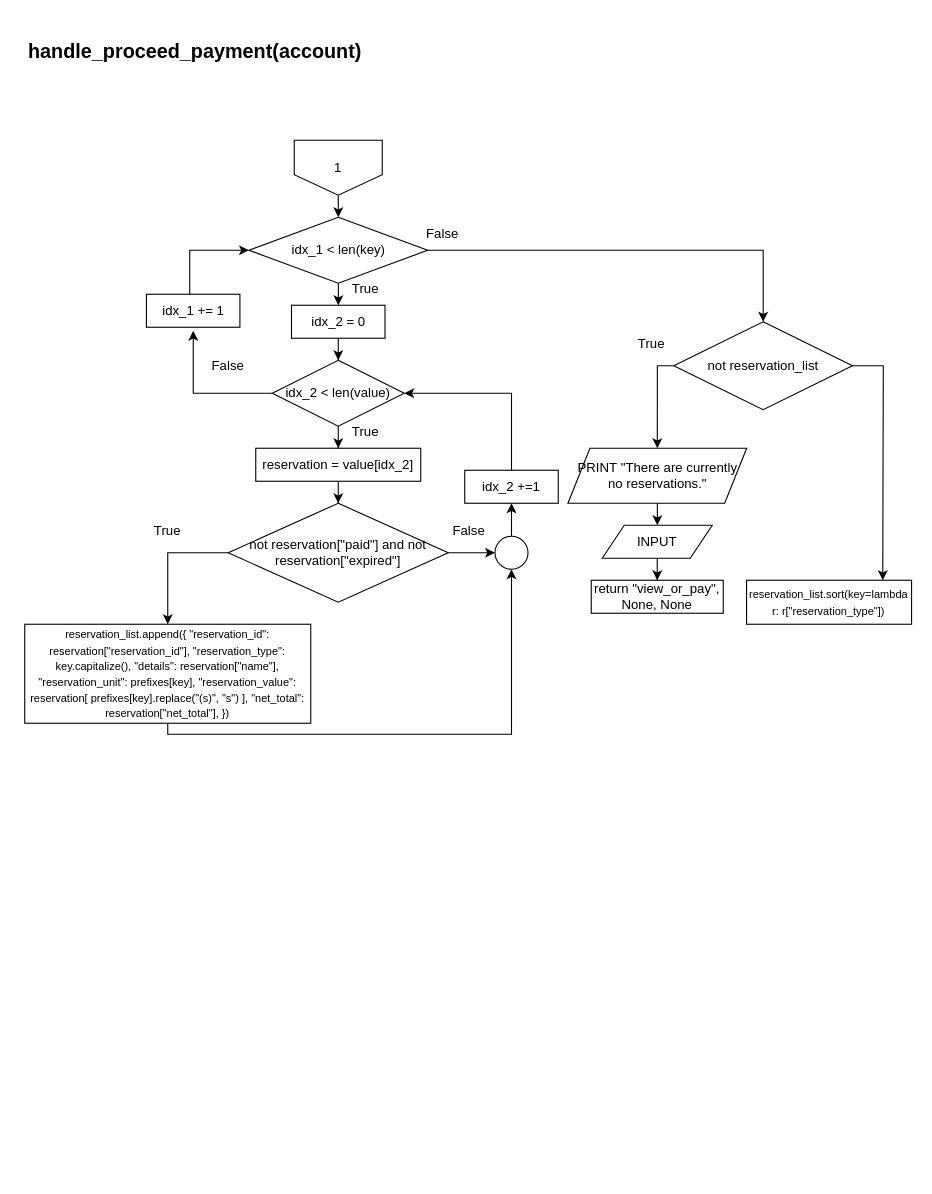
Above: page "handle_proceed_payment(account) - Loop" (7 of 24) of flowcharts/payment.drawio in zyyappp/travel-reservation-system (draw.io), before the change. Source tidied: cells renumbered, new cells numbered last; positions are measured from the earlier drawing's top-left corner, leaving out a move shared by most shapes. Both pictures are drawn from the tidied source at 110%, with x=0, y=0 at pixel (24, 30).
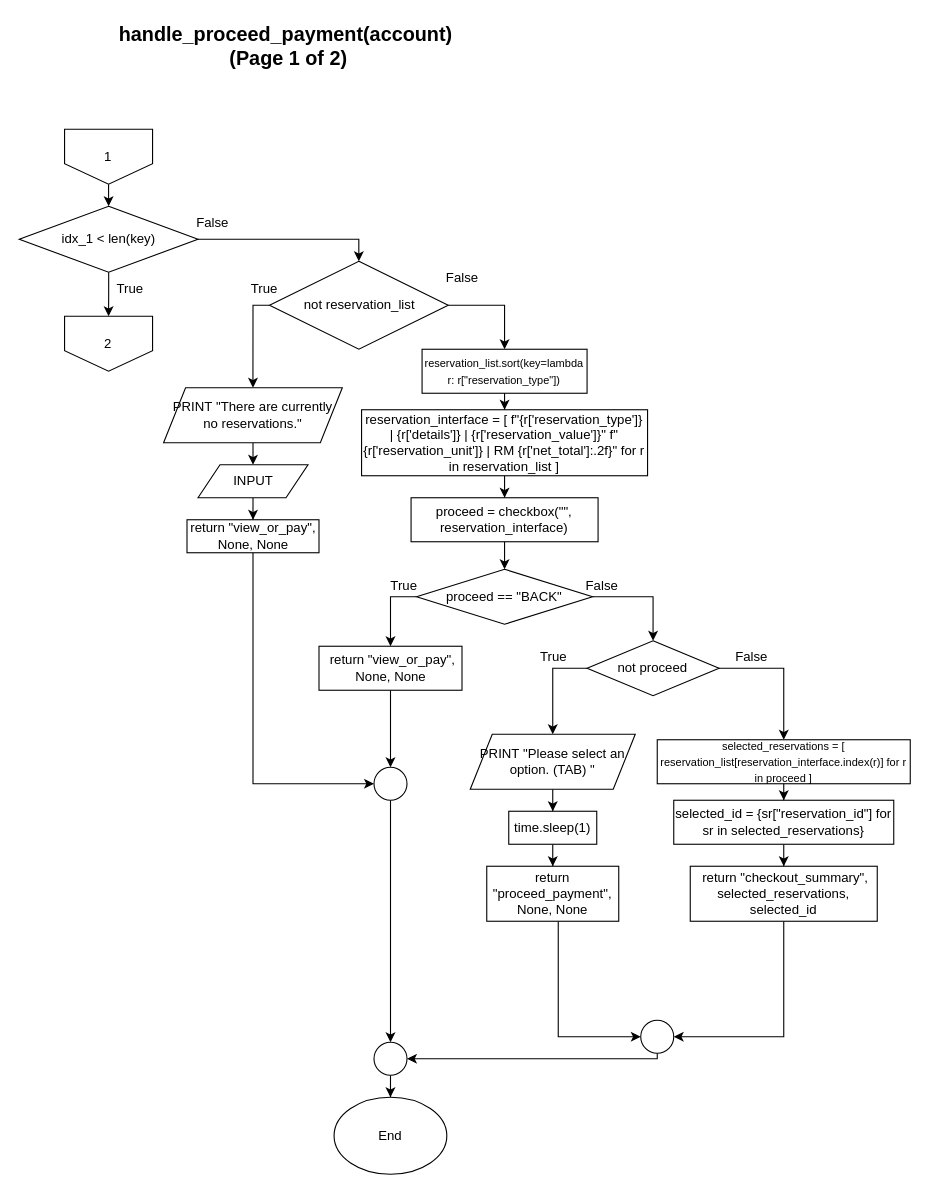
The same page after the edit.

Commit message (it also covers changes not shown here):
payment flowchart done, reservations flowchart

Diff of the diagram source:
```diff
@@
-    <mxCell id="2" value="&lt;span style=&quot;font-size: 18px;&quot;&gt;&lt;b&gt;handle_proceed_payment(account)&lt;/b&gt;&lt;/span&gt;" style="text;html=1;whiteSpace=wrap;strokeColor=none;fillColor=none;align=center;verticalAlign=middle;rounded=0;" parent="1" vertex="1">
-      <mxGeometry x="55" width="200" height="40" as="geometry" />
+    <mxCell id="2" value="&lt;span style=&quot;font-size: 18px;&quot;&gt;&lt;b&gt;handle_proceed_payment(account)&amp;nbsp;&lt;/b&gt;&lt;/span&gt;&lt;div&gt;&lt;span style=&quot;font-size: 18px;&quot;&gt;&lt;b&gt;(Page 1 of 2)&lt;/b&gt;&lt;/span&gt;&lt;/div&gt;" style="text;html=1;whiteSpace=wrap;strokeColor=none;fillColor=none;align=center;verticalAlign=middle;rounded=0;" parent="1" vertex="1">
+      <mxGeometry x="15" y="-10" width="450" height="50" as="geometry" />
     </mxCell>
-    <mxCell id="3" style="edgeStyle=orthogonalEdgeStyle;rounded=0;jettySize=auto;html=1;entryX=0.5;entryY=0;entryDx=0;entryDy=0;" parent="1" edge="1" source="5" target="7">
-      <mxGeometry relative="1" as="geometry" />
-    </mxCell>
     <mxCell id="4" style="edgeStyle=orthogonalEdgeStyle;rounded=0;jettySize=auto;html=1;" parent="1" edge="1" source="5" target="30">
-      <mxGeometry relative="1" as="geometry" />
+      <mxGeometry relative="1" as="geometry">
+        <Array as="points">
+          <mxPoint x="303.7" y="190" />
+        </Array>
+      </mxGeometry>
     </mxCell>
+    <mxCell id="42" style="edgeStyle=orthogonalEdgeStyle;rounded=0;jettySize=auto;html=1;" parent="1" edge="1" source="5" target="47">
+      <mxGeometry relative="1" as="geometry" />
+    </mxCell>
     <mxCell id="5" value="idx_1 &amp;lt; len(key)" style="rhombus;whiteSpace=wrap;html=1;shapeInside=1;" parent="1" vertex="1">
-      <mxGeometry x="203.8" y="170" width="162.5" height="60" as="geometry" />
+      <mxGeometry x="-5" y="160" width="162.5" height="60" as="geometry" />
     </mxCell>
-    <mxCell id="6" style="edgeStyle=orthogonalEdgeStyle;rounded=0;jettySize=auto;html=1;entryX=0.5;entryY=0;entryDx=0;entryDy=0;" parent="1" edge="1" source="7" target="9">
-      <mxGeometry relative="1" as="geometry" />
-    </mxCell>
-    <mxCell id="7" value="idx_2 = 0" style="whiteSpace=wrap;html=1;" parent="1" vertex="1">
-      <mxGeometry x="242.5" y="250" width="85" height="30" as="geometry" />
-    </mxCell>
-    <mxCell id="8" style="edgeStyle=orthogonalEdgeStyle;rounded=0;jettySize=auto;html=1;entryX=0.5;entryY=0;entryDx=0;entryDy=0;" parent="1" edge="1" source="9" target="12">
-      <mxGeometry relative="1" as="geometry" />
-    </mxCell>
-    <mxCell id="9" value="&lt;div&gt;idx_2 &amp;lt; len(value)&lt;/div&gt;" style="rhombus;whiteSpace=wrap;html=1;shapeInside=1;" parent="1" vertex="1">
-      <mxGeometry x="225" y="300" width="120" height="60" as="geometry" />
-    </mxCell>
     <mxCell id="10" style="edgeStyle=orthogonalEdgeStyle;rounded=0;jettySize=auto;html=1;entryX=0.5;entryY=0;entryDx=0;entryDy=0;" parent="1" edge="1" target="5">
       <mxGeometry relative="1" as="geometry">
-        <mxPoint x="285" y="150" as="sourcePoint" />
+        <mxPoint x="76.2" y="140" as="sourcePoint" />
       </mxGeometry>
     </mxCell>
-    <mxCell id="11" style="edgeStyle=orthogonalEdgeStyle;rounded=0;jettySize=auto;html=1;entryX=0.5;entryY=0;entryDx=0;entryDy=0;" parent="1" edge="1" source="12" target="15">
-      <mxGeometry relative="1" as="geometry" />
-    </mxCell>
-    <mxCell id="12" value="reservation = value[idx_2]" style="rounded=0;whiteSpace=wrap;html=1;" parent="1" vertex="1">
-      <mxGeometry x="210" y="380" width="150" height="30" as="geometry" />
-    </mxCell>
-    <mxCell id="13" style="edgeStyle=orthogonalEdgeStyle;rounded=0;jettySize=auto;html=1;entryX=0.5;entryY=0;entryDx=0;entryDy=0;" parent="1" edge="1" source="15" target="17">
-      <mxGeometry relative="1" as="geometry">
-        <Array as="points">
-          <mxPoint x="130" y="475" />
-        </Array>
-      </mxGeometry>
-    </mxCell>
-    <mxCell id="14" style="edgeStyle=orthogonalEdgeStyle;rounded=0;jettySize=auto;html=1;entryX=0;entryY=0.5;entryDx=0;entryDy=0;" parent="1" edge="1" source="15" target="40">
-      <mxGeometry relative="1" as="geometry" />
-    </mxCell>
-    <mxCell id="15" value="not reservation[&quot;paid&quot;] and not reservation[&quot;expired&quot;]" style="rhombus;whiteSpace=wrap;html=1;shapeInside=1;" parent="1" vertex="1">
-      <mxGeometry x="185" y="430" width="200" height="90" as="geometry" />
-    </mxCell>
-    <mxCell id="16" style="edgeStyle=orthogonalEdgeStyle;rounded=0;jettySize=auto;html=1;entryX=0.5;entryY=1;entryDx=0;entryDy=0;" parent="1" edge="1" source="17" target="40">
-      <mxGeometry relative="1" as="geometry">
-        <Array as="points">
-          <mxPoint x="130" y="640" />
-          <mxPoint x="442.5" y="640" />
-        </Array>
-      </mxGeometry>
-    </mxCell>
-    <mxCell id="17" value="&lt;font style=&quot;font-size: 10px;&quot;&gt;reservation_list.append({ &quot;reservation_id&quot;: reservation[&quot;reservation_id&quot;], &quot;reservation_type&quot;: key.capitalize(), &quot;details&quot;: reservation[&quot;name&quot;], &quot;reservation_unit&quot;: prefixes[key], &quot;reservation_value&quot;: reservation[ prefixes[key].replace(&quot;(s)&quot;, &quot;s&quot;) ], &quot;net_total&quot;: reservation[&quot;net_total&quot;], })&lt;/font&gt;" style="whiteSpace=wrap;html=1;" parent="1" vertex="1">
-      <mxGeometry y="540" width="260" height="90" as="geometry" />
-    </mxCell>
-    <mxCell id="18" value="True" style="text;html=1;whiteSpace=wrap;strokeColor=none;fillColor=none;align=center;verticalAlign=middle;rounded=0;" parent="1" vertex="1">
-      <mxGeometry x="100" y="440" width="60" height="30" as="geometry" />
-    </mxCell>
-    <mxCell id="19" style="edgeStyle=orthogonalEdgeStyle;rounded=0;jettySize=auto;html=1;entryX=1;entryY=0.5;entryDx=0;entryDy=0;" parent="1" edge="1" source="20" target="9">
-      <mxGeometry relative="1" as="geometry">
-        <Array as="points">
-          <mxPoint x="442.5" y="330" />
-        </Array>
-      </mxGeometry>
-    </mxCell>
-    <mxCell id="20" value="idx_2 +=1" style="rounded=0;whiteSpace=wrap;html=1;" parent="1" vertex="1">
-      <mxGeometry x="400" y="400" width="85" height="30" as="geometry" />
-    </mxCell>
-    <mxCell id="21" value="False" style="text;html=1;whiteSpace=wrap;strokeColor=none;fillColor=none;align=center;verticalAlign=middle;rounded=0;" parent="1" vertex="1">
-      <mxGeometry x="374.4" y="440" width="60" height="30" as="geometry" />
-    </mxCell>
-    <mxCell id="22" value="True" style="text;html=1;whiteSpace=wrap;strokeColor=none;fillColor=none;align=center;verticalAlign=middle;rounded=0;" parent="1" vertex="1">
-      <mxGeometry x="280" y="350" width="60" height="30" as="geometry" />
-    </mxCell>
-    <mxCell id="23" value="False" style="text;html=1;whiteSpace=wrap;strokeColor=none;fillColor=none;align=center;verticalAlign=middle;rounded=0;" parent="1" vertex="1">
-      <mxGeometry x="160" y="290" width="50" height="30" as="geometry" />
-    </mxCell>
-    <mxCell id="24" style="edgeStyle=orthogonalEdgeStyle;rounded=0;jettySize=auto;html=1;entryX=0;entryY=0.5;entryDx=0;entryDy=0;" parent="1" edge="1" source="25" target="5">
-      <mxGeometry relative="1" as="geometry">
-        <Array as="points">
-          <mxPoint x="150" y="200" />
-        </Array>
-      </mxGeometry>
-    </mxCell>
-    <mxCell id="25" value="idx_1 += 1" style="whiteSpace=wrap;html=1;" parent="1" vertex="1">
-      <mxGeometry x="110.6" y="240" width="85" height="30" as="geometry" />
-    </mxCell>
-    <mxCell id="26" style="edgeStyle=orthogonalEdgeStyle;rounded=0;jettySize=auto;html=1;entryX=0.501;entryY=1.107;entryDx=0;entryDy=0;entryPerimeter=0;" parent="1" edge="1" source="9" target="25">
-      <mxGeometry relative="1" as="geometry">
-        <Array as="points">
-          <mxPoint x="153.2" y="330" />
-        </Array>
-      </mxGeometry>
-    </mxCell>
-    <mxCell id="27" value="True" style="text;html=1;whiteSpace=wrap;strokeColor=none;fillColor=none;align=center;verticalAlign=middle;rounded=0;" parent="1" vertex="1">
-      <mxGeometry x="280" y="220" width="60" height="30" as="geometry" />
-    </mxCell>
     <mxCell id="28" style="edgeStyle=orthogonalEdgeStyle;rounded=0;jettySize=auto;html=1;entryX=0.5;entryY=0;entryDx=0;entryDy=0;" parent="1" edge="1" source="30" target="33">
       <mxGeometry relative="1" as="geometry">
         <Array as="points">
-          <mxPoint x="575" y="305" />
+          <mxPoint x="207.5" y="250" />
         </Array>
       </mxGeometry>
     </mxCell>
-    <mxCell id="29" style="edgeStyle=orthogonalEdgeStyle;rounded=0;jettySize=auto;html=1;" parent="1" edge="1" source="30">
-      <mxGeometry relative="1" as="geometry">
-        <mxPoint x="780" y="500" as="targetPoint" />
-      </mxGeometry>
-    </mxCell>
+    <mxCell id="43" style="edgeStyle=orthogonalEdgeStyle;rounded=0;jettySize=auto;html=1;" parent="1" edge="1" source="30" target="41">
+      <mxGeometry relative="1" as="geometry">
+        <Array as="points">
+          <mxPoint x="436.2" y="250" />
+        </Array>
+      </mxGeometry>
+    </mxCell>
     <mxCell id="30" value="not reservation_list" style="rhombus;whiteSpace=wrap;html=1;shapeInside=1;" parent="1" vertex="1">
-      <mxGeometry x="590" y="265" width="162.5" height="80" as="geometry" />
+      <mxGeometry x="222.5" y="210" width="162.5" height="80" as="geometry" />
     </mxCell>
     <mxCell id="31" value="False" style="text;html=1;whiteSpace=wrap;strokeColor=none;fillColor=none;align=center;verticalAlign=middle;rounded=0;" parent="1" vertex="1">
-      <mxGeometry x="350" y="170" width="60" height="30" as="geometry" />
+      <mxGeometry x="141.2" y="160" width="60" height="30" as="geometry" />
     </mxCell>
@@
     <mxCell id="33" value="PRINT&amp;nbsp;&quot;There are currently no reservations.&quot;" style="shape=parallelogram;perimeter=parallelogramPerimeter;whiteSpace=wrap;html=1;shapeInside=1;fixedSize=1;" parent="1" vertex="1">
-      <mxGeometry x="493.8" y="380" width="162.5" height="50" as="geometry" />
+      <mxGeometry x="126.2" y="325" width="162.5" height="50" as="geometry" />
     </mxCell>
     <mxCell id="34" value="True" style="text;html=1;whiteSpace=wrap;strokeColor=none;fillColor=none;align=center;verticalAlign=middle;rounded=0;" parent="1" vertex="1">
-      <mxGeometry x="540" y="270" width="60" height="30" as="geometry" />
+      <mxGeometry x="187.5" y="220" width="60" height="30" as="geometry" />
     </mxCell>
@@
     <mxCell id="36" value="INPUT" style="shape=parallelogram;perimeter=parallelogramPerimeter;whiteSpace=wrap;html=1;shapeInside=1;fixedSize=1;" parent="1" vertex="1">
-      <mxGeometry x="525" y="450" width="100" height="30" as="geometry" />
+      <mxGeometry x="157.5" y="395" width="100" height="30" as="geometry" />
     </mxCell>
+    <mxCell id="44" style="edgeStyle=orthogonalEdgeStyle;rounded=0;jettySize=auto;html=1;entryX=0;entryY=0.5;entryDx=0;entryDy=0;" parent="1" edge="1" source="37" target="78">
+      <mxGeometry relative="1" as="geometry">
+        <Array as="points">
+          <mxPoint x="207.5" y="685" />
+        </Array>
+      </mxGeometry>
+    </mxCell>
     <mxCell id="37" value="return &quot;view_or_pay&quot;, None, None" style="whiteSpace=wrap;html=1;" parent="1" vertex="1">
-      <mxGeometry x="515" y="500" width="120" height="30" as="geometry" />
+      <mxGeometry x="147.5" y="445" width="120" height="30" as="geometry" />
     </mxCell>
     <mxCell id="38" value="1" style="shape=offPageConnector;whiteSpace=wrap;html=1;labelBackgroundColor=none;" parent="1" vertex="1">
-      <mxGeometry x="245" y="100" width="80" height="50" as="geometry" />
+      <mxGeometry x="36.2" y="90" width="80" height="50" as="geometry" />
     </mxCell>
-    <mxCell id="39" style="edgeStyle=orthogonalEdgeStyle;rounded=0;jettySize=auto;html=1;entryX=0.5;entryY=1;entryDx=0;entryDy=0;" parent="1" edge="1" source="40" target="20">
-      <mxGeometry relative="1" as="geometry" />
-    </mxCell>
-    <mxCell id="40" style="ellipse;whiteSpace=wrap;html=1;shapeInside=1;" parent="1" vertex="1">
-      <mxGeometry x="427.5" y="460" width="30" height="30" as="geometry" />
-    </mxCell>
+    <mxCell id="45" style="edgeStyle=orthogonalEdgeStyle;rounded=0;jettySize=auto;html=1;entryX=0.5;entryY=0;entryDx=0;entryDy=0;" parent="1" edge="1" source="41" target="50">
+      <mxGeometry relative="1" as="geometry" />
+    </mxCell>
     <mxCell id="41" value="&lt;font style=&quot;font-size: 10px;&quot;&gt;reservation_list.sort(key=lambda r: r[&quot;reservation_type&quot;])&lt;/font&gt;" style="whiteSpace=wrap;html=1;" parent="1" vertex="1">
-      <mxGeometry x="656.2" y="500" width="150" height="40" as="geometry" />
+      <mxGeometry x="361.2" y="290" width="150" height="40" as="geometry" />
     </mxCell>
+    <mxCell id="46" value="False" style="text;html=1;whiteSpace=wrap;strokeColor=none;fillColor=none;align=center;verticalAlign=middle;rounded=0;" parent="1" vertex="1">
+      <mxGeometry x="367.5" y="210" width="60" height="30" as="geometry" />
+    </mxCell>
+    <mxCell id="47" value="2" style="shape=offPageConnector;whiteSpace=wrap;html=1;labelBackgroundColor=none;" parent="1" vertex="1">
+      <mxGeometry x="36.2" y="260" width="80" height="50" as="geometry" />
+    </mxCell>
+    <mxCell id="48" value="True" style="text;html=1;whiteSpace=wrap;strokeColor=none;fillColor=none;align=center;verticalAlign=middle;rounded=0;" parent="1" vertex="1">
+      <mxGeometry x="66.2" y="220" width="60" height="30" as="geometry" />
+    </mxCell>
+    <mxCell id="49" style="edgeStyle=orthogonalEdgeStyle;rounded=0;jettySize=auto;html=1;" parent="1" edge="1" source="50" target="52">
+      <mxGeometry relative="1" as="geometry" />
+    </mxCell>
+    <mxCell id="50" value="reservation_interface = [ f&quot;{r['reservation_type']} | {r['details']} | {r['reservation_value']}&quot; f&quot; {r['reservation_unit']} | RM {r['net_total']:.2f}&quot; for r in reservation_list ]" style="whiteSpace=wrap;html=1;" parent="1" vertex="1">
+      <mxGeometry x="306.2" y="345" width="260" height="60" as="geometry" />
+    </mxCell>
+    <mxCell id="51" style="edgeStyle=orthogonalEdgeStyle;rounded=0;jettySize=auto;html=1;entryX=0.5;entryY=0;entryDx=0;entryDy=0;" parent="1" edge="1" source="52" target="55">
+      <mxGeometry relative="1" as="geometry" />
+    </mxCell>
+    <mxCell id="52" value="proceed = checkbox(&quot;&quot;, reservation_interface)" style="whiteSpace=wrap;html=1;" parent="1" vertex="1">
+      <mxGeometry x="351.2" y="425" width="170" height="40" as="geometry" />
+    </mxCell>
+    <mxCell id="53" style="edgeStyle=orthogonalEdgeStyle;rounded=0;jettySize=auto;html=1;" parent="1" edge="1" source="55" target="57">
+      <mxGeometry relative="1" as="geometry">
+        <Array as="points">
+          <mxPoint x="332.5" y="515" />
+        </Array>
+      </mxGeometry>
+    </mxCell>
+    <mxCell id="54" style="edgeStyle=orthogonalEdgeStyle;rounded=0;jettySize=auto;html=1;entryX=0.5;entryY=0;entryDx=0;entryDy=0;" parent="1" edge="1" source="55" target="60">
+      <mxGeometry relative="1" as="geometry">
+        <Array as="points">
+          <mxPoint x="571.3" y="515" />
+        </Array>
+      </mxGeometry>
+    </mxCell>
+    <mxCell id="55" value="proceed == &quot;BACK&quot;" style="rhombus;whiteSpace=wrap;html=1;shapeInside=1;" parent="1" vertex="1">
+      <mxGeometry x="356.2" y="490" width="160" height="50" as="geometry" />
+    </mxCell>
+    <mxCell id="56" style="edgeStyle=orthogonalEdgeStyle;rounded=0;jettySize=auto;html=1;" parent="1" edge="1" source="57" target="78">
+      <mxGeometry relative="1" as="geometry" />
+    </mxCell>
+    <mxCell id="57" value="&amp;nbsp;return &quot;view_or_pay&quot;, None, None" style="whiteSpace=wrap;html=1;" parent="1" vertex="1">
+      <mxGeometry x="267.5" y="560" width="130" height="40" as="geometry" />
+    </mxCell>
+    <mxCell id="58" style="edgeStyle=orthogonalEdgeStyle;rounded=0;jettySize=auto;html=1;" parent="1" edge="1" source="60" target="62">
+      <mxGeometry relative="1" as="geometry">
+        <Array as="points">
+          <mxPoint x="480" y="580" />
+        </Array>
+      </mxGeometry>
+    </mxCell>
+    <mxCell id="59" style="edgeStyle=orthogonalEdgeStyle;rounded=0;jettySize=auto;html=1;" parent="1" edge="1" source="60" target="68">
+      <mxGeometry relative="1" as="geometry">
+        <Array as="points">
+          <mxPoint x="690" y="580" />
+        </Array>
+      </mxGeometry>
+    </mxCell>
+    <mxCell id="60" value="not proceed" style="rhombus;whiteSpace=wrap;html=1;shapeInside=1;" parent="1" vertex="1">
+      <mxGeometry x="511.2" y="555" width="120" height="50" as="geometry" />
+    </mxCell>
+    <mxCell id="61" style="edgeStyle=orthogonalEdgeStyle;rounded=0;jettySize=auto;html=1;entryX=0.5;entryY=0;entryDx=0;entryDy=0;" parent="1" edge="1" source="62" target="64">
+      <mxGeometry relative="1" as="geometry" />
+    </mxCell>
+    <mxCell id="62" value="PRINT&amp;nbsp;&quot;Please select an option. (TAB) &quot;" style="shape=parallelogram;perimeter=parallelogramPerimeter;whiteSpace=wrap;html=1;shapeInside=1;fixedSize=1;" parent="1" vertex="1">
+      <mxGeometry x="405" y="640" width="150" height="50" as="geometry" />
+    </mxCell>
+    <mxCell id="63" style="edgeStyle=orthogonalEdgeStyle;rounded=0;jettySize=auto;html=1;" parent="1" edge="1" source="64" target="66">
+      <mxGeometry relative="1" as="geometry" />
+    </mxCell>
+    <mxCell id="64" value="time.sleep(1)" style="whiteSpace=wrap;html=1;" parent="1" vertex="1">
+      <mxGeometry x="440" y="710" width="80" height="30" as="geometry" />
+    </mxCell>
+    <mxCell id="65" style="edgeStyle=orthogonalEdgeStyle;rounded=0;jettySize=auto;html=1;entryX=0;entryY=0.5;entryDx=0;entryDy=0;" parent="1" edge="1" source="66" target="80">
+      <mxGeometry relative="1" as="geometry">
+        <Array as="points">
+          <mxPoint x="485" y="915" />
+        </Array>
+      </mxGeometry>
+    </mxCell>
+    <mxCell id="66" value="return &quot;proceed_payment&quot;, None, None" style="whiteSpace=wrap;html=1;" parent="1" vertex="1">
+      <mxGeometry x="420" y="760" width="120" height="50" as="geometry" />
+    </mxCell>
+    <mxCell id="67" style="edgeStyle=orthogonalEdgeStyle;rounded=0;jettySize=auto;html=1;" parent="1" edge="1" source="68" target="70">
+      <mxGeometry relative="1" as="geometry" />
+    </mxCell>
+    <mxCell id="68" value="&lt;font style=&quot;font-size: 10px;&quot;&gt;selected_reservations = [ reservation_list[reservation_interface.index(r)] for r in proceed ]&lt;/font&gt;" style="whiteSpace=wrap;html=1;" parent="1" vertex="1">
+      <mxGeometry x="575" y="645" width="230" height="40" as="geometry" />
+    </mxCell>
+    <mxCell id="69" style="edgeStyle=orthogonalEdgeStyle;rounded=0;jettySize=auto;html=1;entryX=0.5;entryY=0;entryDx=0;entryDy=0;" parent="1" edge="1" source="70" target="72">
+      <mxGeometry relative="1" as="geometry" />
+    </mxCell>
+    <mxCell id="70" value="selected_id = {sr[&quot;reservation_id&quot;] for sr in selected_reservations}" style="whiteSpace=wrap;html=1;" parent="1" vertex="1">
+      <mxGeometry x="590" y="700" width="200" height="40" as="geometry" />
+    </mxCell>
+    <mxCell id="71" style="edgeStyle=orthogonalEdgeStyle;rounded=0;jettySize=auto;html=1;entryX=1;entryY=0.5;entryDx=0;entryDy=0;" parent="1" edge="1" source="72" target="80">
+      <mxGeometry relative="1" as="geometry">
+        <Array as="points">
+          <mxPoint x="690" y="915" />
+        </Array>
+      </mxGeometry>
+    </mxCell>
+    <mxCell id="72" value="&amp;nbsp;return &quot;checkout_summary&quot;, selected_reservations, selected_id" style="whiteSpace=wrap;html=1;" parent="1" vertex="1">
+      <mxGeometry x="605" y="760" width="170" height="50" as="geometry" />
+    </mxCell>
+    <mxCell id="73" value="True" style="text;html=1;whiteSpace=wrap;strokeColor=none;fillColor=none;align=center;verticalAlign=middle;rounded=0;" parent="1" vertex="1">
+      <mxGeometry x="315" y="490" width="60" height="30" as="geometry" />
+    </mxCell>
+    <mxCell id="74" value="False" style="text;html=1;whiteSpace=wrap;strokeColor=none;fillColor=none;align=center;verticalAlign=middle;rounded=0;" parent="1" vertex="1">
+      <mxGeometry x="495" y="490" width="60" height="30" as="geometry" />
+    </mxCell>
+    <mxCell id="75" value="True" style="text;html=1;whiteSpace=wrap;strokeColor=none;fillColor=none;align=center;verticalAlign=middle;rounded=0;" parent="1" vertex="1">
+      <mxGeometry x="451.2" y="555" width="60" height="30" as="geometry" />
+    </mxCell>
+    <mxCell id="76" value="False" style="text;html=1;whiteSpace=wrap;strokeColor=none;fillColor=none;align=center;verticalAlign=middle;rounded=0;" parent="1" vertex="1">
+      <mxGeometry x="631.2" y="555" width="60" height="30" as="geometry" />
+    </mxCell>
+    <mxCell id="77" style="edgeStyle=orthogonalEdgeStyle;rounded=0;jettySize=auto;html=1;" parent="1" edge="1" source="78" target="82">
+      <mxGeometry relative="1" as="geometry" />
+    </mxCell>
+    <mxCell id="78" style="ellipse;whiteSpace=wrap;html=1;shapeInside=1;" parent="1" vertex="1">
+      <mxGeometry x="317.5" y="670" width="30" height="30" as="geometry" />
+    </mxCell>
+    <mxCell id="79" style="edgeStyle=orthogonalEdgeStyle;rounded=0;jettySize=auto;html=1;entryX=1;entryY=0.5;entryDx=0;entryDy=0;" parent="1" edge="1" source="80" target="82">
+      <mxGeometry relative="1" as="geometry">
+        <Array as="points">
+          <mxPoint x="575" y="935" />
+        </Array>
+      </mxGeometry>
+    </mxCell>
+    <mxCell id="80" style="ellipse;whiteSpace=wrap;html=1;shapeInside=1;" parent="1" vertex="1">
+      <mxGeometry x="560" y="900" width="30" height="30" as="geometry" />
+    </mxCell>
+    <mxCell id="81" style="edgeStyle=orthogonalEdgeStyle;rounded=0;jettySize=auto;html=1;entryX=0.5;entryY=0;entryDx=0;entryDy=0;" parent="1" edge="1" source="82" target="83">
+      <mxGeometry relative="1" as="geometry" />
+    </mxCell>
+    <mxCell id="82" style="ellipse;whiteSpace=wrap;html=1;shapeInside=1;" parent="1" vertex="1">
+      <mxGeometry x="317.5" y="920" width="30" height="30" as="geometry" />
+    </mxCell>
+    <mxCell id="83" value="End" style="ellipse;whiteSpace=wrap;html=1;shapeInside=1;" parent="1" vertex="1">
+      <mxGeometry x="281.2" y="970" width="102.5" height="70" as="geometry" />
+    </mxCell>
```
